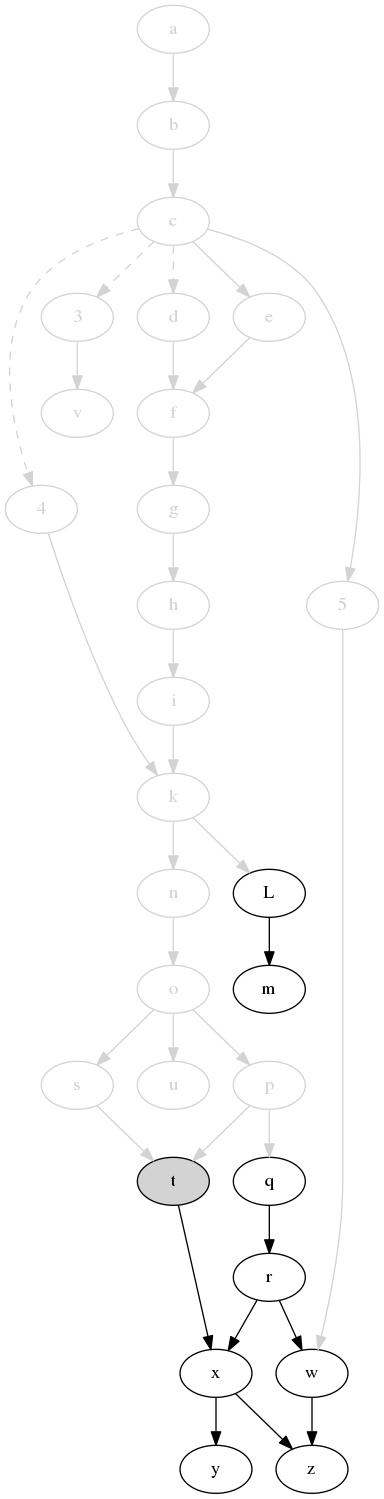
Before: svm-startup-deps.png, a diagram exported from Graphviz (jdmpapin/svm-startup-deps). Its source is kept beside it as svm-startup-deps.dot.
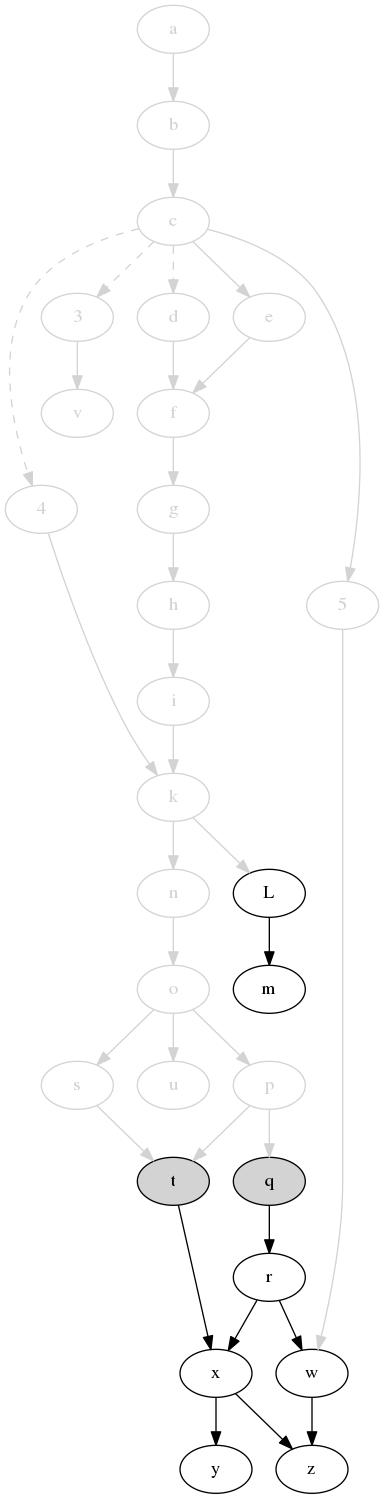
Above is the later version.

Diff of the diagram source:
```diff
@@ -18,7 +18,7 @@
     n [color=lightgrey,fontcolor=lightgrey];
     o [color=lightgrey,fontcolor=lightgrey];
     p [color=lightgrey,fontcolor=lightgrey];
-    q;
+    q [style=filled,fillcolor=lightgrey];
     r;
     s [color=lightgrey,fontcolor=lightgrey];
     t [style=filled,fillcolor=lightgrey];
```
